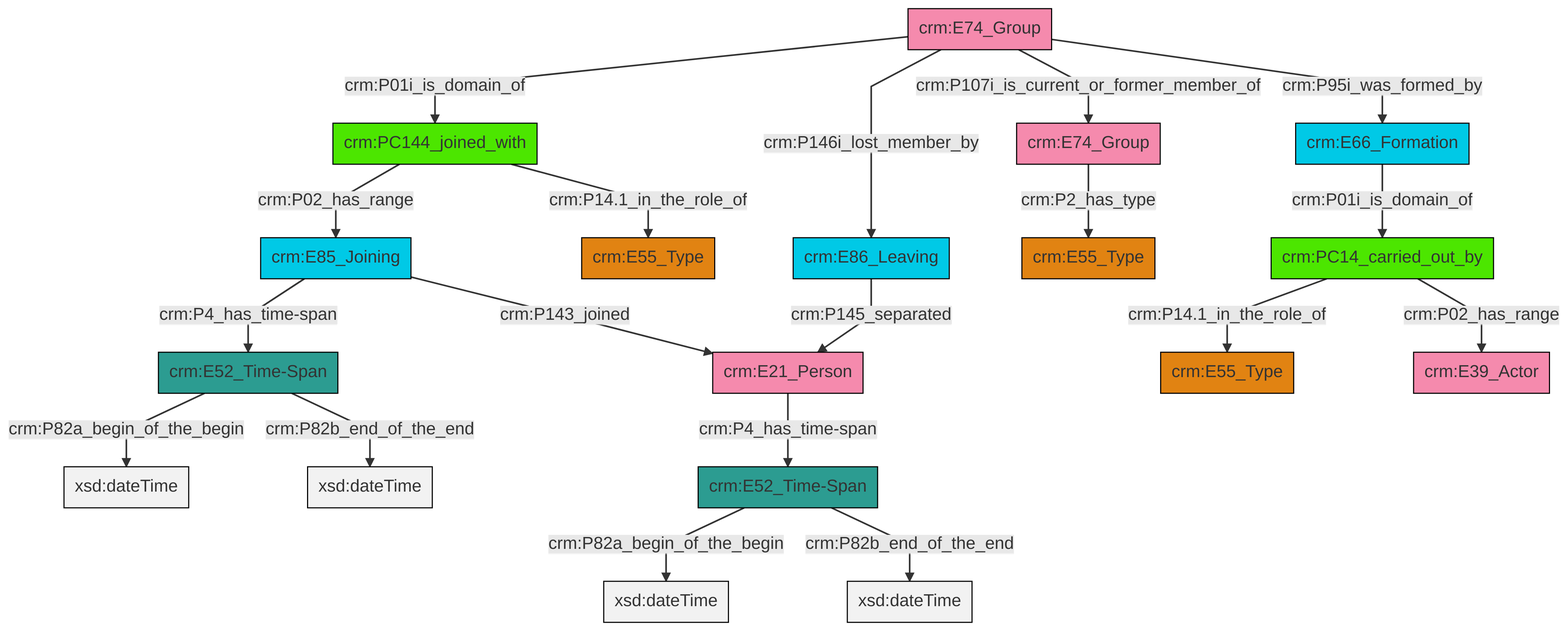
swiss-art-research-net/docs.swissartresearch keeps this Mermaid diagram as et/groupCSV/ttl/mmd/png/group_actor_relations.png. Above is the earlier version. Its source is kept beside it as et/groupCSV/ttl/mmd/group_actor_relations.ttl.mmd.
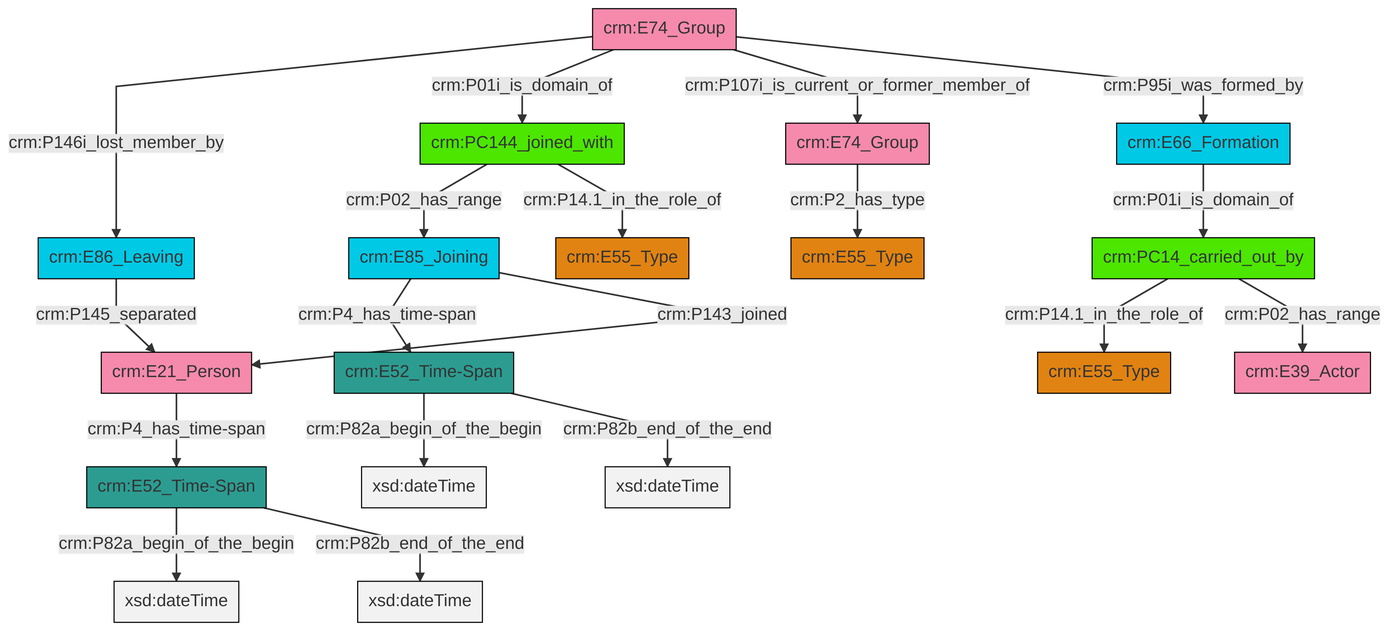
The same diagram one commit later.

The edit, as a diff of the source:
```diff
@@ -13,21 +13,21 @@
 classDef PC_Classes fill:#4ce600, stroke:#000000;
 classDef Multi fill:#cccccc,stroke:#000000;
 
-0["crm:E52_Time-Span"]:::Time-Span -->|crm:P82a_begin_of_the_begin| 1[xsd:dateTime]:::Literal
-4["crm:E21_Person"]:::Actor -->|crm:P4_has_time-span| 0["crm:E52_Time-Span"]:::Time-Span
-11["crm:E52_Time-Span"]:::Time-Span -->|crm:P82a_begin_of_the_begin| 12[xsd:dateTime]:::Literal
-5["crm:PC14_carried_out_by"]:::PC_Classes -->|crm:P14.1_in_the_role_of| 7["crm:E55_Type"]:::Type
-16["crm:E74_Group"]:::Actor -->|crm:P2_has_type| 17["crm:E55_Type"]:::Type
-18["crm:E85_Joining"]:::Temporal_Entity -->|crm:P4_has_time-span| 11["crm:E52_Time-Span"]:::Time-Span
-14["crm:PC144_joined_with"]:::PC_Classes -->|crm:P02_has_range| 18["crm:E85_Joining"]:::Temporal_Entity
-20["crm:E74_Group"]:::Actor -->|crm:P01i_is_domain_of| 14["crm:PC144_joined_with"]:::PC_Classes
-20["crm:E74_Group"]:::Actor -->|crm:P146i_lost_member_by| 22["crm:E86_Leaving"]:::Temporal_Entity
-27["crm:E66_Formation"]:::Temporal_Entity -->|crm:P01i_is_domain_of| 5["crm:PC14_carried_out_by"]:::PC_Classes
-5["crm:PC14_carried_out_by"]:::PC_Classes -->|crm:P02_has_range| 2["crm:E39_Actor"]:::Actor
-22["crm:E86_Leaving"]:::Temporal_Entity -->|crm:P145_separated| 4["crm:E21_Person"]:::Actor
-14["crm:PC144_joined_with"]:::PC_Classes -->|crm:P14.1_in_the_role_of| 9["crm:E55_Type"]:::Type
-0["crm:E52_Time-Span"]:::Time-Span -->|crm:P82b_end_of_the_end| 32[xsd:dateTime]:::Literal
-11["crm:E52_Time-Span"]:::Time-Span -->|crm:P82b_end_of_the_end| 34[xsd:dateTime]:::Literal
-18["crm:E85_Joining"]:::Temporal_Entity -->|crm:P143_joined| 4["crm:E21_Person"]:::Actor
-20["crm:E74_Group"]:::Actor -->|crm:P107i_is_current_or_former_member_of| 16["crm:E74_Group"]:::Actor
-20["crm:E74_Group"]:::Actor -->|crm:P95i_was_formed_by| 27["crm:E66_Formation"]:::Temporal_Entity
+0["crm:E86_Leaving"]:::Temporal_Entity -->|crm:P145_separated| 1["crm:E21_Person"]:::Actor
+2["crm:PC14_carried_out_by"]:::PC_Classes -->|crm:P14.1_in_the_role_of| 3["crm:E55_Type"]:::Type
+4["crm:E66_Formation"]:::Temporal_Entity -->|crm:P01i_is_domain_of| 2["crm:PC14_carried_out_by"]:::PC_Classes
+5["crm:E52_Time-Span"]:::Time-Span -->|crm:P82a_begin_of_the_begin| 6[xsd:dateTime]:::Literal
+1["crm:E21_Person"]:::Actor -->|crm:P4_has_time-span| 7["crm:E52_Time-Span"]:::Time-Span
+7["crm:E52_Time-Span"]:::Time-Span -->|crm:P82a_begin_of_the_begin| 8[xsd:dateTime]:::Literal
+11["crm:E74_Group"]:::Actor -->|crm:P146i_lost_member_by| 0["crm:E86_Leaving"]:::Temporal_Entity
+12["crm:E85_Joining"]:::Temporal_Entity -->|crm:P4_has_time-span| 5["crm:E52_Time-Span"]:::Time-Span
+9["crm:PC144_joined_with"]:::PC_Classes -->|crm:P02_has_range| 12["crm:E85_Joining"]:::Temporal_Entity
+2["crm:PC14_carried_out_by"]:::PC_Classes -->|crm:P02_has_range| 18["crm:E39_Actor"]:::Actor
+11["crm:E74_Group"]:::Actor -->|crm:P01i_is_domain_of| 9["crm:PC144_joined_with"]:::PC_Classes
+12["crm:E85_Joining"]:::Temporal_Entity -->|crm:P143_joined| 1["crm:E21_Person"]:::Actor
+11["crm:E74_Group"]:::Actor -->|crm:P107i_is_current_or_former_member_of| 25["crm:E74_Group"]:::Actor
+5["crm:E52_Time-Span"]:::Time-Span -->|crm:P82b_end_of_the_end| 26[xsd:dateTime]:::Literal
+7["crm:E52_Time-Span"]:::Time-Span -->|crm:P82b_end_of_the_end| 28[xsd:dateTime]:::Literal
+9["crm:PC144_joined_with"]:::PC_Classes -->|crm:P14.1_in_the_role_of| 16["crm:E55_Type"]:::Type
+11["crm:E74_Group"]:::Actor -->|crm:P95i_was_formed_by| 4["crm:E66_Formation"]:::Temporal_Entity
+25["crm:E74_Group"]:::Actor -->|crm:P2_has_type| 22["crm:E55_Type"]:::Type
```
